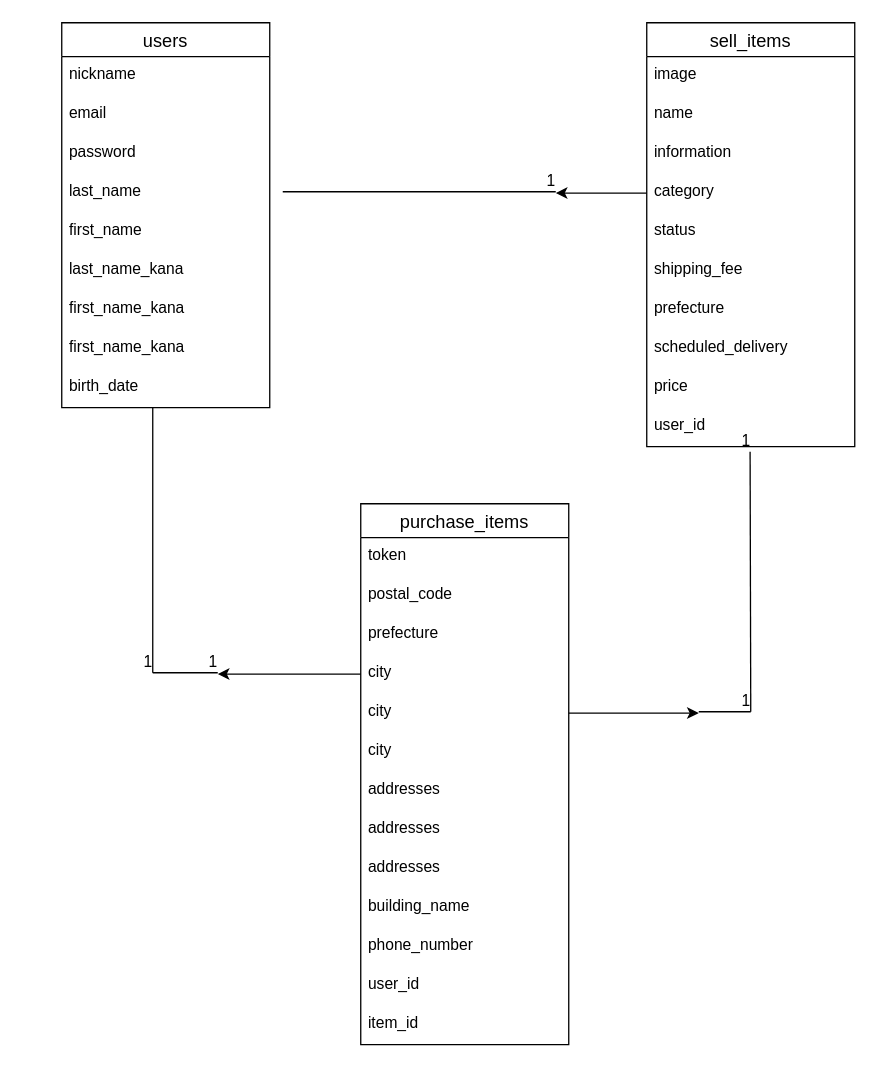
The draw.io diagram test.dio in nya-suke/furima-30693, before the edit. Source tidied: cells renumbered, new cells numbered last; positions are measured from the earlier drawing's top-left corner, leaving out a move shared by most shapes. Both pictures are drawn from the tidied source at 130%, with x=0, y=0 at pixel (61, 22).
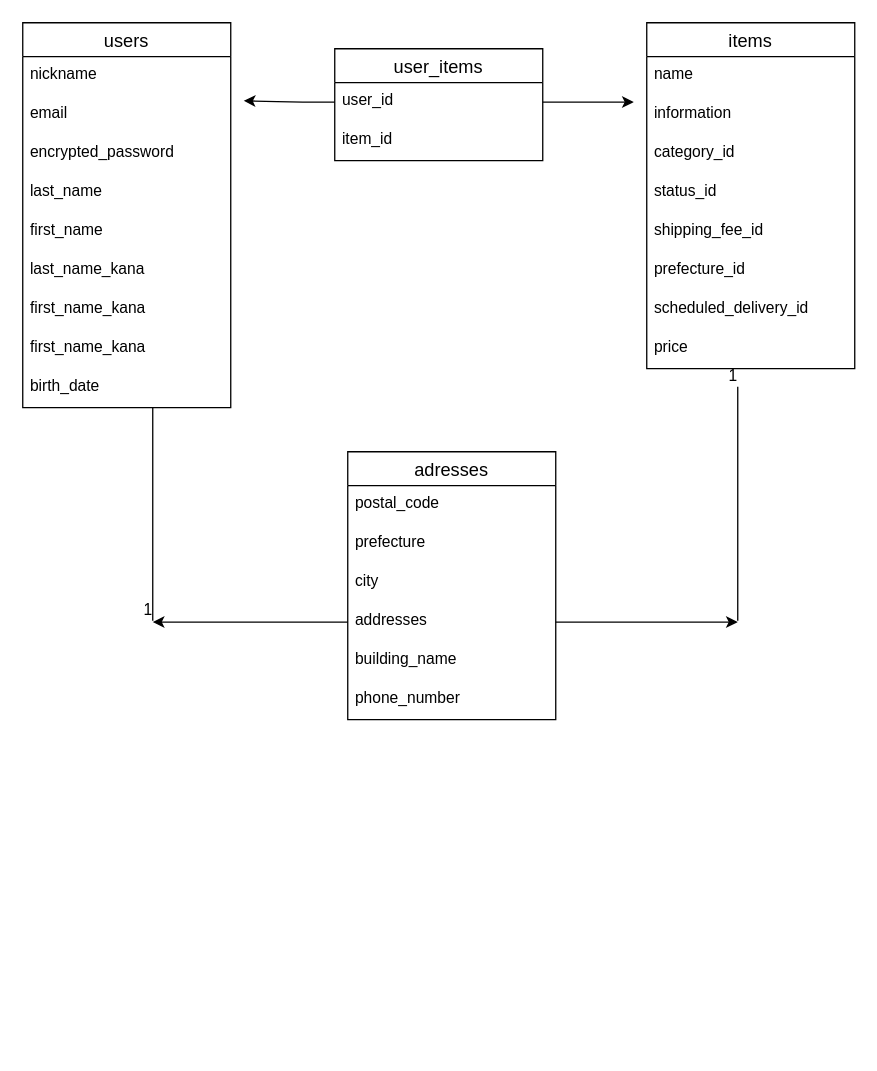
After the change.

Commit message (it also covers changes not shown here):
データベース設計訂正

The edit, as a diff of the source:
```diff
@@
     <mxCell id="2" value="users" style="swimlane;fontStyle=0;horizontal=1;startSize=26;align=center;fontSize=14;" parent="1" vertex="1">
-      <mxGeometry width="160" height="296" as="geometry" />
+      <mxGeometry x="-30" width="160" height="296" as="geometry" />
     </mxCell>
@@
-    <mxCell id="5" value="password" style="text;strokeColor=none;fillColor=none;spacingLeft=4;spacingRight=4;overflow=hidden;fontSize=12;" parent="2" vertex="1">
+    <mxCell id="5" value="encrypted_password" style="text;strokeColor=none;fillColor=none;spacingLeft=4;spacingRight=4;overflow=hidden;fontSize=12;fontStyle=0;" parent="2" vertex="1">
       <mxGeometry y="86" width="160" height="30" as="geometry" />
     </mxCell>
@@
-    <mxCell id="12" value="sell_items" style="swimlane;fontStyle=0;horizontal=1;startSize=26;align=center;fontSize=14;" parent="1" vertex="1">
-      <mxGeometry x="450" width="160" height="326" as="geometry" />
+    <mxCell id="12" value="items" style="swimlane;fontStyle=0;horizontal=1;startSize=26;align=center;fontSize=14;" parent="1" vertex="1">
+      <mxGeometry x="450" width="160" height="266" as="geometry" />
     </mxCell>
-    <mxCell id="13" value="image" style="text;strokeColor=none;fillColor=none;spacingLeft=4;spacingRight=4;overflow=hidden;fontSize=12;" parent="12" vertex="1">
-      <mxGeometry y="26" width="160" height="30" as="geometry" />
-    </mxCell>
     <mxCell id="14" value="name" style="text;strokeColor=none;fillColor=none;spacingLeft=4;spacingRight=4;overflow=hidden;fontSize=12;" parent="12" vertex="1">
-      <mxGeometry y="56" width="160" height="30" as="geometry" />
+      <mxGeometry y="26" width="160" height="30" as="geometry" />
     </mxCell>
     <mxCell id="15" value="information" style="text;strokeColor=none;fillColor=none;spacingLeft=4;spacingRight=4;overflow=hidden;fontSize=12;" parent="12" vertex="1">
-      <mxGeometry y="86" width="160" height="30" as="geometry" />
+      <mxGeometry y="56" width="160" height="30" as="geometry" />
     </mxCell>
-    <mxCell id="16" value="category" style="text;strokeColor=none;fillColor=none;spacingLeft=4;spacingRight=4;overflow=hidden;points=[[0,0.5],[1,0.5]];portConstraint=eastwest;fontSize=12;" parent="12" vertex="1">
-      <mxGeometry y="116" width="160" height="30" as="geometry" />
+    <mxCell id="16" value="category_id" style="text;strokeColor=none;fillColor=none;spacingLeft=4;spacingRight=4;overflow=hidden;points=[[0,0.5],[1,0.5]];portConstraint=eastwest;fontSize=12;" parent="12" vertex="1">
+      <mxGeometry y="86" width="160" height="30" as="geometry" />
     </mxCell>
-    <mxCell id="17" value="status" style="text;strokeColor=none;fillColor=none;spacingLeft=4;spacingRight=4;overflow=hidden;fontSize=12;" parent="12" vertex="1">
-      <mxGeometry y="146" width="160" height="30" as="geometry" />
+    <mxCell id="17" value="status_id" style="text;strokeColor=none;fillColor=none;spacingLeft=4;spacingRight=4;overflow=hidden;fontSize=12;" parent="12" vertex="1">
+      <mxGeometry y="116" width="160" height="30" as="geometry" />
     </mxCell>
-    <mxCell id="18" value="shipping_fee" style="text;strokeColor=none;fillColor=none;spacingLeft=4;spacingRight=4;overflow=hidden;fontSize=12;" parent="12" vertex="1">
-      <mxGeometry y="176" width="160" height="30" as="geometry" />
+    <mxCell id="18" value="shipping_fee_id" style="text;strokeColor=none;fillColor=none;spacingLeft=4;spacingRight=4;overflow=hidden;fontSize=12;" parent="12" vertex="1">
+      <mxGeometry y="146" width="160" height="30" as="geometry" />
     </mxCell>
-    <mxCell id="19" value="prefecture" style="text;strokeColor=none;fillColor=none;spacingLeft=4;spacingRight=4;overflow=hidden;fontSize=12;" parent="12" vertex="1">
-      <mxGeometry y="206" width="160" height="30" as="geometry" />
+    <mxCell id="19" value="prefecture_id" style="text;strokeColor=none;fillColor=none;spacingLeft=4;spacingRight=4;overflow=hidden;fontSize=12;" parent="12" vertex="1">
+      <mxGeometry y="176" width="160" height="30" as="geometry" />
     </mxCell>
-    <mxCell id="20" value="scheduled_delivery" style="text;strokeColor=none;fillColor=none;spacingLeft=4;spacingRight=4;overflow=hidden;fontSize=12;" parent="12" vertex="1">
-      <mxGeometry y="236" width="160" height="30" as="geometry" />
+    <mxCell id="20" value="scheduled_delivery_id&#10;" style="text;strokeColor=none;fillColor=none;spacingLeft=4;spacingRight=4;overflow=hidden;fontSize=12;" parent="12" vertex="1">
+      <mxGeometry y="206" width="160" height="30" as="geometry" />
     </mxCell>
     <mxCell id="21" value="price" style="text;strokeColor=none;fillColor=none;spacingLeft=4;spacingRight=4;overflow=hidden;fontSize=12;" parent="12" vertex="1">
-      <mxGeometry y="266" width="160" height="30" as="geometry" />
+      <mxGeometry y="236" width="160" height="30" as="geometry" />
     </mxCell>
-    <mxCell id="22" value="user_id" style="text;strokeColor=none;fillColor=none;spacingLeft=4;spacingRight=4;overflow=hidden;fontSize=12;" parent="12" vertex="1">
-      <mxGeometry y="296" width="160" height="30" as="geometry" />
-    </mxCell>
-    <mxCell id="23" value="purchase_items" style="swimlane;fontStyle=0;horizontal=1;startSize=26;align=center;fontSize=14;" parent="1" vertex="1">
-      <mxGeometry x="230" y="370" width="160" height="416" as="geometry" />
+    <mxCell id="23" value="adresses" style="swimlane;fontStyle=0;horizontal=1;startSize=26;align=center;fontSize=14;" parent="1" vertex="1">
+      <mxGeometry x="220" y="330" width="160" height="206" as="geometry" />
     </mxCell>
-    <mxCell id="24" value="token" style="text;strokeColor=none;fillColor=none;spacingLeft=4;spacingRight=4;overflow=hidden;fontSize=12;" parent="23" vertex="1">
-      <mxGeometry y="26" width="160" height="30" as="geometry" />
-    </mxCell>
     <mxCell id="25" value="postal_code" style="text;strokeColor=none;fillColor=none;spacingLeft=4;spacingRight=4;overflow=hidden;fontSize=12;" parent="23" vertex="1">
-      <mxGeometry y="56" width="160" height="30" as="geometry" />
+      <mxGeometry y="26" width="160" height="30" as="geometry" />
     </mxCell>
     <mxCell id="26" value="prefecture" style="text;strokeColor=none;fillColor=none;spacingLeft=4;spacingRight=4;overflow=hidden;fontSize=12;" parent="23" vertex="1">
-      <mxGeometry y="86" width="160" height="30" as="geometry" />
+      <mxGeometry y="56" width="160" height="30" as="geometry" />
     </mxCell>
     <mxCell id="27" value="city" style="text;strokeColor=none;fillColor=none;spacingLeft=4;spacingRight=4;overflow=hidden;points=[[0,0.5],[1,0.5]];portConstraint=eastwest;fontSize=12;" parent="23" vertex="1">
-      <mxGeometry y="116" width="160" height="30" as="geometry" />
+      <mxGeometry y="86" width="160" height="30" as="geometry" />
     </mxCell>
-    <mxCell id="28" value="city" style="text;strokeColor=none;fillColor=none;spacingLeft=4;spacingRight=4;overflow=hidden;points=[[0,0.5],[1,0.5]];portConstraint=eastwest;fontSize=12;" parent="23" vertex="1">
-      <mxGeometry y="146" width="160" height="30" as="geometry" />
-    </mxCell>
-    <mxCell id="29" value="city" style="text;strokeColor=none;fillColor=none;spacingLeft=4;spacingRight=4;overflow=hidden;fontSize=12;" parent="23" vertex="1">
-      <mxGeometry y="176" width="160" height="30" as="geometry" />
-    </mxCell>
-    <mxCell id="30" value="addresses" style="text;strokeColor=none;fillColor=none;spacingLeft=4;spacingRight=4;overflow=hidden;fontSize=12;" parent="23" vertex="1">
-      <mxGeometry y="206" width="160" height="30" as="geometry" />
-    </mxCell>
-    <mxCell id="31" value="addresses" style="text;strokeColor=none;fillColor=none;spacingLeft=4;spacingRight=4;overflow=hidden;fontSize=12;" parent="23" vertex="1">
-      <mxGeometry y="236" width="160" height="30" as="geometry" />
-    </mxCell>
-    <mxCell id="32" value="addresses" style="text;strokeColor=none;fillColor=none;spacingLeft=4;spacingRight=4;overflow=hidden;fontSize=12;" parent="23" vertex="1">
-      <mxGeometry y="266" width="160" height="30" as="geometry" />
-    </mxCell>
+    <mxCell id="50" value="addresses" style="text;strokeColor=none;fillColor=none;spacingLeft=4;spacingRight=4;overflow=hidden;points=[[0,0.5],[1,0.5]];portConstraint=eastwest;fontSize=12;" parent="23" vertex="1">
+      <mxGeometry y="116" width="160" height="30" as="geometry" />
+    </mxCell>
     <mxCell id="33" value="building_name" style="text;strokeColor=none;fillColor=none;spacingLeft=4;spacingRight=4;overflow=hidden;fontSize=12;" parent="23" vertex="1">
-      <mxGeometry y="296" width="160" height="30" as="geometry" />
+      <mxGeometry y="146" width="160" height="30" as="geometry" />
     </mxCell>
     <mxCell id="34" value="phone_number" style="text;strokeColor=none;fillColor=none;spacingLeft=4;spacingRight=4;overflow=hidden;fontSize=12;" parent="23" vertex="1">
-      <mxGeometry y="326" width="160" height="30" as="geometry" />
+      <mxGeometry y="176" width="160" height="30" as="geometry" />
     </mxCell>
-    <mxCell id="35" value="user_id" style="text;strokeColor=none;fillColor=none;spacingLeft=4;spacingRight=4;overflow=hidden;fontSize=12;" parent="23" vertex="1">
-      <mxGeometry y="356" width="160" height="30" as="geometry" />
-    </mxCell>
-    <mxCell id="36" value="item_id" style="text;strokeColor=none;fillColor=none;spacingLeft=4;spacingRight=4;overflow=hidden;fontSize=12;" parent="23" vertex="1">
-      <mxGeometry y="386" width="160" height="30" as="geometry" />
-    </mxCell>
     <mxCell id="37" style="endArrow=none;html=1;rounded=0;" parent="1" edge="1">
       <mxGeometry relative="1" as="geometry">
         <mxPoint x="70" y="296" as="sourcePoint" />
-        <mxPoint x="70" y="500" as="targetPoint" />
+        <mxPoint x="70" y="460" as="targetPoint" />
       </mxGeometry>
     </mxCell>
@@
     <mxCell id="39" style="endArrow=none;html=1;rounded=0;" parent="1" edge="1">
       <mxGeometry relative="1" as="geometry">
-        <mxPoint x="530" y="530" as="sourcePoint" />
-        <mxPoint x="529.5" y="330" as="targetPoint" />
+        <mxPoint x="520" y="460" as="sourcePoint" />
+        <mxPoint x="520" y="280" as="targetPoint" />
       </mxGeometry>
     </mxCell>
@@
-    <mxCell id="41" style="endArrow=none;html=1;rounded=0;" parent="1" edge="1">
-      <mxGeometry relative="1" as="geometry">
-        <mxPoint x="490" y="530" as="sourcePoint" />
-        <mxPoint x="530" y="530" as="targetPoint" />
-      </mxGeometry>
-    </mxCell>
-    <mxCell id="42" value="1" style="html=1;align=right;verticalAlign=bottom;" parent="41" vertex="1">
-      <mxGeometry x="1" relative="1" as="geometry" />
-    </mxCell>
-    <mxCell id="43" style="edgeStyle=orthogonalEdgeStyle;curved=0;rounded=1;sketch=0;jettySize=auto;html=1;" parent="1" edge="1" source="27">
-      <mxGeometry relative="1" as="geometry">
-        <mxPoint x="120" y="501" as="targetPoint" />
-      </mxGeometry>
-    </mxCell>
-    <mxCell id="44" style="endArrow=none;html=1;rounded=0;" parent="1" edge="1">
-      <mxGeometry relative="1" as="geometry">
-        <mxPoint x="70" y="500" as="sourcePoint" />
-        <mxPoint x="120" y="500" as="targetPoint" />
-      </mxGeometry>
-    </mxCell>
-    <mxCell id="45" value="1" style="html=1;align=right;verticalAlign=bottom;" parent="44" vertex="1">
-      <mxGeometry x="1" relative="1" as="geometry" />
-    </mxCell>
-    <mxCell id="46" style="edgeStyle=orthogonalEdgeStyle;curved=0;rounded=1;sketch=0;jettySize=auto;html=1;" parent="1" edge="1" source="28">
-      <mxGeometry relative="1" as="geometry">
-        <mxPoint x="490" y="531" as="targetPoint" />
-      </mxGeometry>
-    </mxCell>
-    <mxCell id="47" style="edgeStyle=orthogonalEdgeStyle;curved=0;rounded=1;sketch=0;jettySize=auto;html=1;" parent="1" edge="1" source="16">
-      <mxGeometry relative="1" as="geometry">
-        <mxPoint x="380" y="131" as="targetPoint" />
-      </mxGeometry>
-    </mxCell>
-    <mxCell id="48" style="endArrow=none;html=1;rounded=0;" parent="1" edge="1">
-      <mxGeometry relative="1" as="geometry">
-        <mxPoint x="170" y="130" as="sourcePoint" />
-        <mxPoint x="380" y="130" as="targetPoint" />
-      </mxGeometry>
-    </mxCell>
-    <mxCell id="49" value="1" style="html=1;align=right;verticalAlign=bottom;" parent="48" vertex="1">
-      <mxGeometry x="1" relative="1" as="geometry" />
-    </mxCell>
+    <mxCell id="51" style="edgeStyle=orthogonalEdgeStyle;curved=0;rounded=1;sketch=0;jettySize=auto;html=1;" parent="1" edge="1" source="50">
+      <mxGeometry relative="1" as="geometry">
+        <mxPoint x="70" y="461" as="targetPoint" />
+      </mxGeometry>
+    </mxCell>
+    <mxCell id="52" style="edgeStyle=orthogonalEdgeStyle;curved=0;rounded=1;sketch=0;jettySize=auto;html=1;" parent="1" edge="1" source="50">
+      <mxGeometry relative="1" as="geometry">
+        <mxPoint x="520" y="461" as="targetPoint" />
+      </mxGeometry>
+    </mxCell>
+    <mxCell id="53" value="user_items" style="swimlane;fontStyle=0;horizontal=1;startSize=26;align=center;fontSize=14;rounded=0;sketch=0;" parent="1" vertex="1">
+      <mxGeometry x="210" y="20" width="160" height="86" as="geometry" />
+    </mxCell>
+    <mxCell id="54" value="user_id" style="text;strokeColor=none;fillColor=none;spacingLeft=4;spacingRight=4;overflow=hidden;points=[[0,0.5],[1,0.5]];portConstraint=eastwest;fontSize=12;" parent="53" vertex="1">
+      <mxGeometry y="26" width="160" height="30" as="geometry" />
+    </mxCell>
+    <mxCell id="36" value="item_id" style="text;strokeColor=none;fillColor=none;spacingLeft=4;spacingRight=4;overflow=hidden;fontSize=12;" parent="53" vertex="1">
+      <mxGeometry y="56" width="160" height="30" as="geometry" />
+    </mxCell>
+    <mxCell id="55" style="edgeStyle=orthogonalEdgeStyle;curved=0;rounded=1;sketch=0;jettySize=auto;html=1;" parent="1" edge="1" source="54">
+      <mxGeometry relative="1" as="geometry">
+        <mxPoint x="140" y="60" as="targetPoint" />
+      </mxGeometry>
+    </mxCell>
+    <mxCell id="56" style="edgeStyle=orthogonalEdgeStyle;curved=0;rounded=1;sketch=0;jettySize=auto;html=1;" parent="1" edge="1" source="54">
+      <mxGeometry relative="1" as="geometry">
+        <mxPoint x="440" y="61" as="targetPoint" />
+      </mxGeometry>
+    </mxCell>
```
